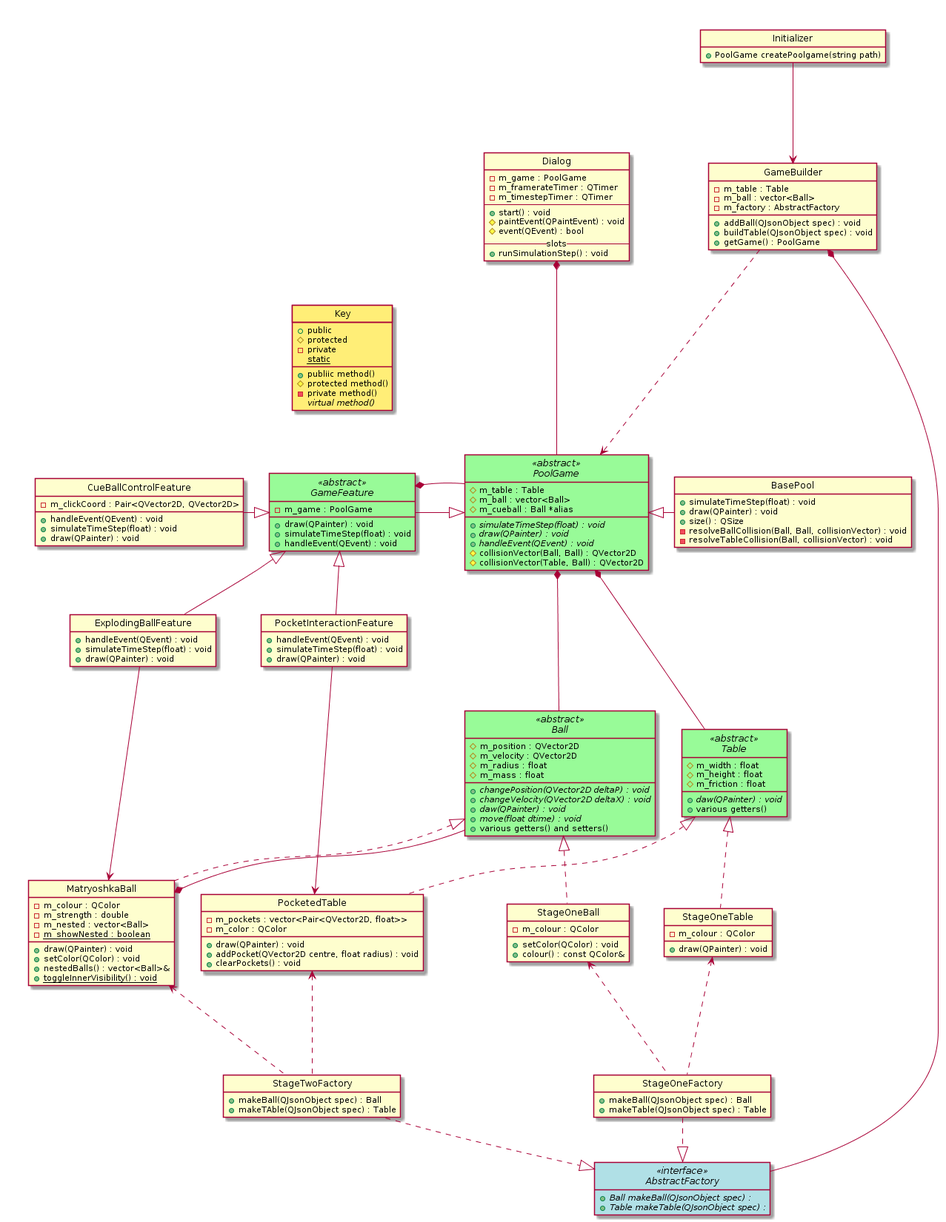
This is newclass.png from KittenHero/QtPoolGame, a PlantUML export, as it was before one commit.
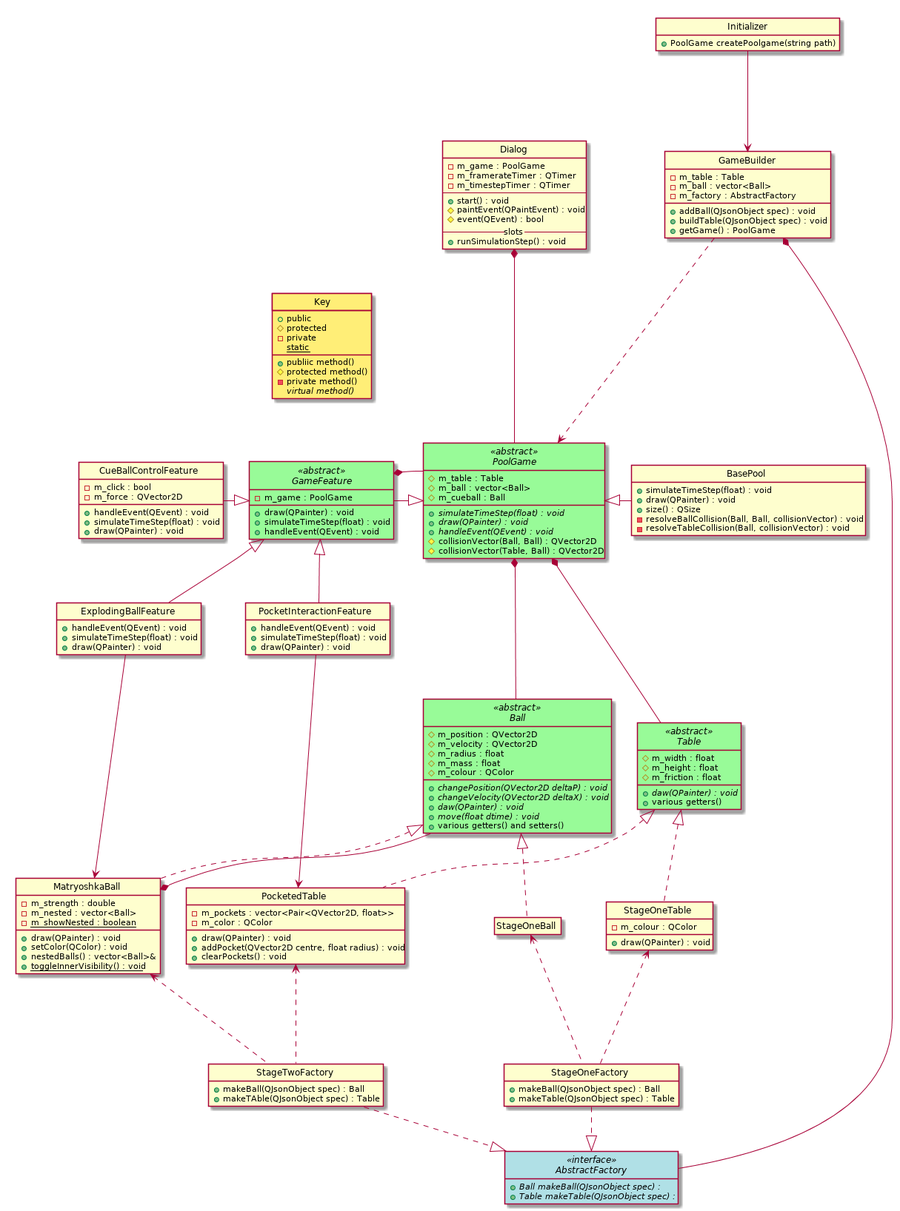
The same file after the commit.

The edit, as a diff of the source:
```diff
@@ -1,4 +1,5 @@
 @startuml
+
 together {
     class Dialog {
         -m_game : PoolGame
@@ -15,7 +16,7 @@
     abstract PoolGame <<abstract>> {
         #m_table : Table
         #m_ball : vector<Ball>
-        #m_cueball : Ball *alias
+        #m_cueball : Ball
         +{abstract} simulateTimeStep(float) : void
         +{abstract} draw(QPainter) : void
         +{abstract} handleEvent(QEvent) : void
@@ -28,6 +29,7 @@
         #m_velocity : QVector2D
         #m_radius : float
         #m_mass : float
+        #m_colour : QColor
 
         +{abstract} changePosition(QVector2D deltaP) : void
         +{abstract} changeVelocity(QVector2D deltaX) : void
@@ -53,11 +55,7 @@
         -resolveTableCollision(Ball, collisionVector) : void
     }
 
-    class StageOneBall {
-        -m_colour : QColor
-        +setColor(QColor) : void
-        +colour() : const QColor&
-    }
+    class StageOneBall
 
     class StageOneTable {
         -m_colour : QColor
@@ -88,8 +86,6 @@
         +makeBall(QJsonObject spec) : Ball
         +makeTable(QJsonObject spec) : Table
     }
-
-
 }
 
 together {
@@ -102,7 +98,8 @@
     }
 
     class CueBallControlFeature {
-        -m_clickCoord : Pair<QVector2D, QVector2D>
+		-m_click : bool
+		-m_force : QVector2D
         +handleEvent(QEvent) : void
         +simulateTimeStep(float) : void
         +draw(QPainter) : void
@@ -121,7 +118,6 @@
     }
 
     class MatryoshkaBall {
-        -m_colour : QColor
         -m_strength : double
         -m_nested : vector<Ball>
         -{static} m_showNested : boolean
@@ -201,4 +197,5 @@
 
 hide circle
 hide empty members
+
 @enduml
```
